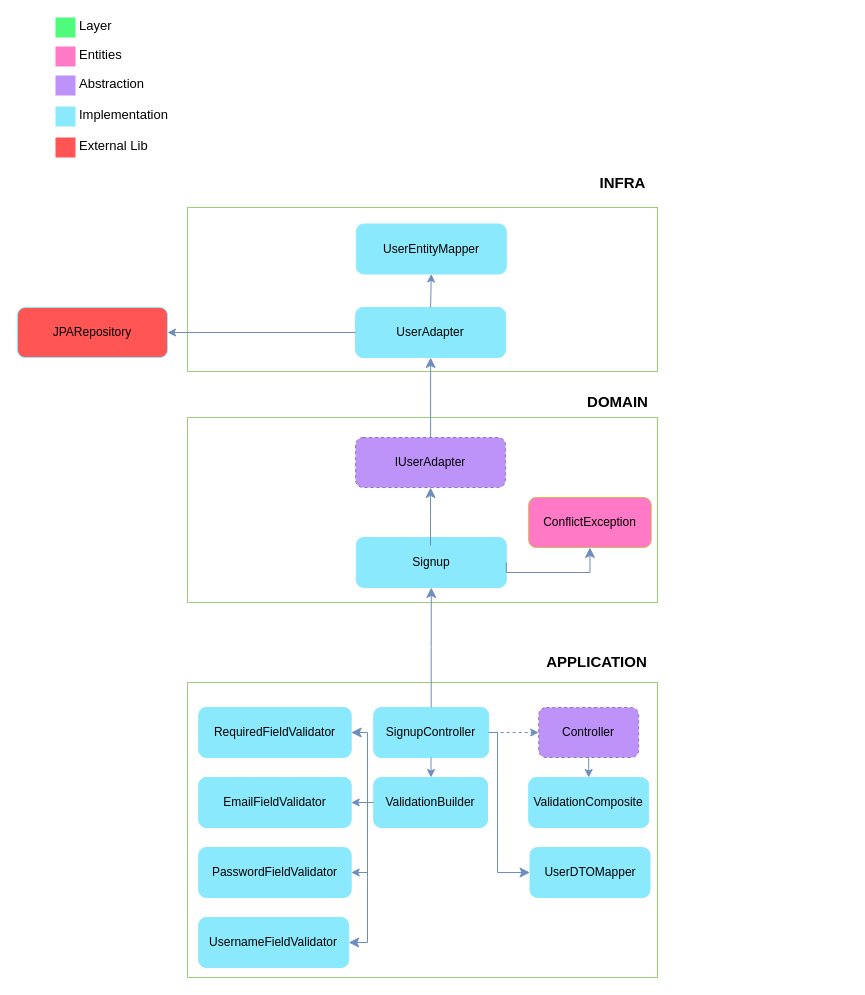
The draw.io diagram docs/useCases/signup/signup.drawio in gervasioartur/walletwise-api, before the edit. Source tidied: cells renumbered, new cells numbered last; positions are measured from the earlier drawing's top-left corner, leaving out a move shared by most shapes. Both pictures are drawn from the tidied source at 100%, with x=0, y=0 at pixel (17, 17).
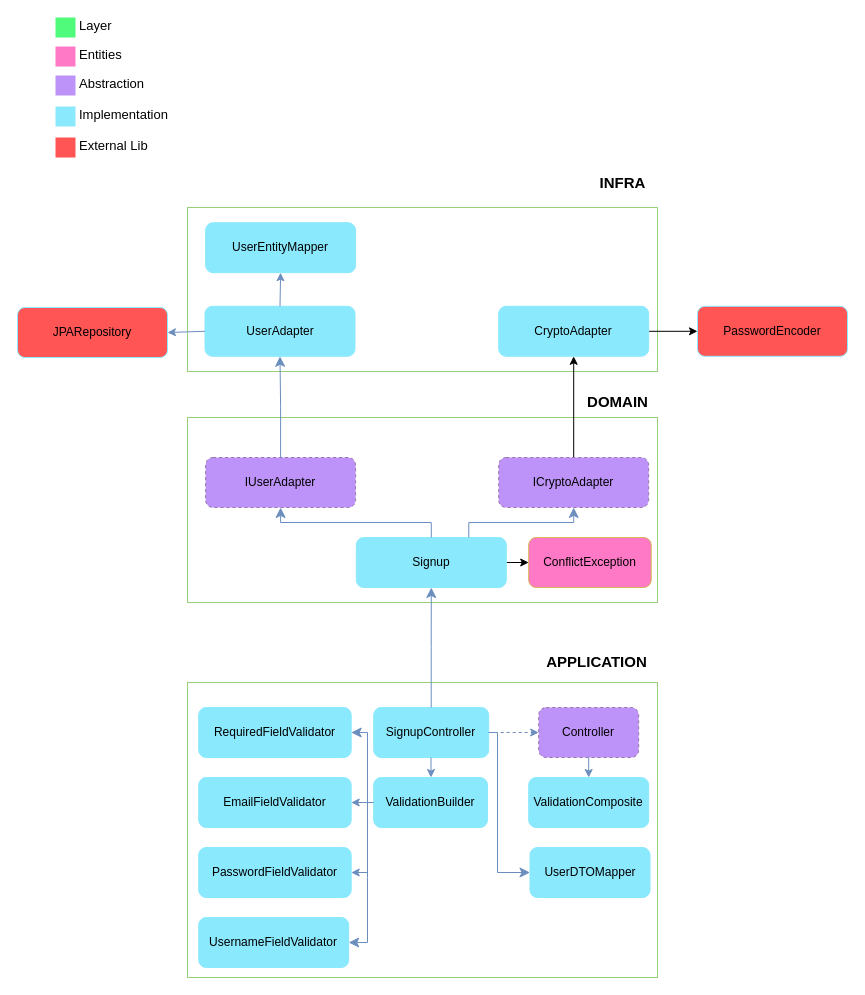
Above is the later version.

Commit message:
docs: add crypto dependency to Signup

The change refers to these unchanged cells:
```xml
<mxCell id="10" value="Signup" style="rounded=1;whiteSpace=wrap;html=1;strokeColor=#8BE9FD;fillColor=#8BE9FD;" parent="1" vertex="1">
  <mxGeometry x="338.8" y="520" width="150" height="50" as="geometry" />
</mxCell>
```

The edit, as a diff of the source:
```diff
@@
     <mxCell id="9" value="ConflictException" style="rounded=1;whiteSpace=wrap;html=1;strokeColor=#d6b656;fillColor=#FF79C6;" parent="1" vertex="1">
-      <mxGeometry x="511.2" y="480" width="122.5" height="50" as="geometry" />
+      <mxGeometry x="511.2" y="520" width="122.5" height="50" as="geometry" />
     </mxCell>
+    <mxCell id="42" style="edgeStyle=orthogonalEdgeStyle;rounded=0;jettySize=auto;html=1;" parent="1" edge="1" source="10" target="9">
+      <mxGeometry relative="1" as="geometry" />
+    </mxCell>
@@
     <mxCell id="21" value="IUserAdapter" style="rounded=1;whiteSpace=wrap;html=1;strokeColor=#9673a6;fillColor=#BD93F9;dashed=1;" parent="1" vertex="1">
-      <mxGeometry x="338.1" y="420" width="150" height="50" as="geometry" />
+      <mxGeometry x="188.1" y="440" width="150" height="50" as="geometry" />
     </mxCell>
@@
     <mxCell id="24" value="UserAdapter" style="rounded=1;whiteSpace=wrap;html=1;strokeColor=#8BE9FD;fillColor=#8BE9FD;" parent="1" vertex="1">
-      <mxGeometry x="338.1" y="290" width="150" height="50" as="geometry" />
+      <mxGeometry x="187.5" y="288.8" width="150" height="50" as="geometry" />
     </mxCell>
@@
     <mxCell id="26" value="UserEntityMapper" style="rounded=1;whiteSpace=wrap;html=1;strokeColor=#8BE9FD;fillColor=#8BE9FD;" parent="1" vertex="1">
-      <mxGeometry x="338.8" y="206.5" width="150" height="50" as="geometry" />
+      <mxGeometry x="188.1" y="205.2" width="150" height="50" as="geometry" />
     </mxCell>
@@
-    <mxCell id="41" style="edgeStyle=elbowEdgeStyle;elbow=vertical;endArrow=classic;html=1;curved=0;rounded=0;endSize=8;startSize=8;entryX=0.5;entryY=1;entryDx=0;entryDy=0;strokeColor=#6C8EBF;" parent="1" edge="1" target="21">
-      <mxGeometry relative="1" as="geometry">
-        <mxPoint x="413" y="528" as="sourcePoint" />
-      </mxGeometry>
+    <mxCell id="41" style="edgeStyle=elbowEdgeStyle;elbow=vertical;endArrow=classic;html=1;curved=0;rounded=0;endSize=8;startSize=8;entryX=0.5;entryY=1;entryDx=0;entryDy=0;strokeColor=#6C8EBF;exitX=0.5;exitY=0;exitDx=0;exitDy=0;" parent="1" edge="1" source="10" target="21">
+      <mxGeometry relative="1" as="geometry" />
     </mxCell>
-    <mxCell id="42" style="edgeStyle=elbowEdgeStyle;elbow=vertical;endArrow=classic;html=1;curved=0;rounded=0;endSize=8;startSize=8;strokeColor=#6C8EBF;exitX=1;exitY=0.5;exitDx=0;exitDy=0;entryX=0.5;entryY=1;entryDx=0;entryDy=0;" parent="1" edge="1" source="10" target="9">
-      <mxGeometry relative="1" as="geometry">
-        <Array as="points">
-          <mxPoint x="573" y="555" />
-        </Array>
-      </mxGeometry>
-    </mxCell>
@@
+    <mxCell id="48" style="edgeStyle=orthogonalEdgeStyle;rounded=0;jettySize=auto;html=1;" parent="1" edge="1" source="49" target="52">
+      <mxGeometry relative="1" as="geometry" />
+    </mxCell>
+    <mxCell id="49" value="ICryptoAdapter" style="rounded=1;whiteSpace=wrap;html=1;strokeColor=#9673a6;fillColor=#BD93F9;dashed=1;" parent="1" vertex="1">
+      <mxGeometry x="481.2" y="440" width="150" height="50" as="geometry" />
+    </mxCell>
+    <mxCell id="50" style="edgeStyle=elbowEdgeStyle;elbow=vertical;endArrow=classic;html=1;curved=0;rounded=0;endSize=8;startSize=8;entryX=0.5;entryY=1;entryDx=0;entryDy=0;strokeColor=#6C8EBF;exitX=0.75;exitY=0;exitDx=0;exitDy=0;" parent="1" edge="1" source="10" target="49">
+      <mxGeometry relative="1" as="geometry" />
+    </mxCell>
+    <mxCell id="51" style="edgeStyle=orthogonalEdgeStyle;rounded=0;jettySize=auto;html=1;" parent="1" edge="1" source="52" target="53">
+      <mxGeometry relative="1" as="geometry" />
+    </mxCell>
+    <mxCell id="52" value="CryptoAdapter" style="rounded=1;whiteSpace=wrap;html=1;strokeColor=#8BE9FD;fillColor=#8BE9FD;" parent="1" vertex="1">
+      <mxGeometry x="481.2" y="288.8" width="150" height="50" as="geometry" />
+    </mxCell>
+    <mxCell id="53" value="PasswordEncoder" style="rounded=1;whiteSpace=wrap;html=1;strokeColor=#8BE9FD;fillColor=#FF5555;" parent="1" vertex="1">
+      <mxGeometry x="680" y="288.8" width="150" height="50" as="geometry" />
+    </mxCell>
```
